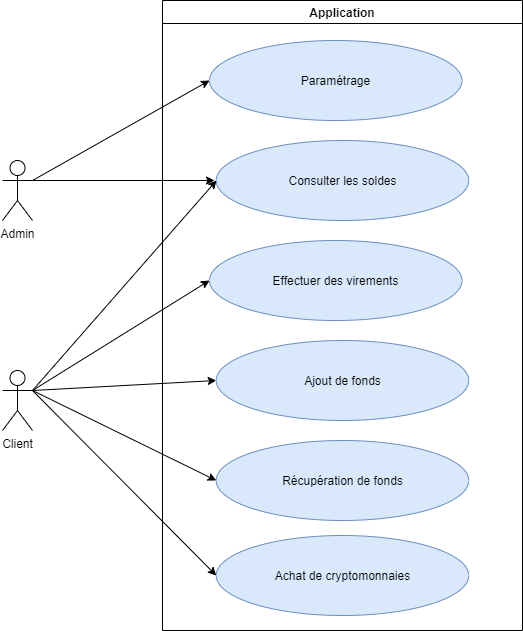
Before: diagrams/Use Case.png, a diagram exported from draw.io (SIO2-group/FulBank). Source tidied: cells renumbered, new cells last; positions are measured from the earlier drawing's top-left corner, leaving out a move shared by most shapes.
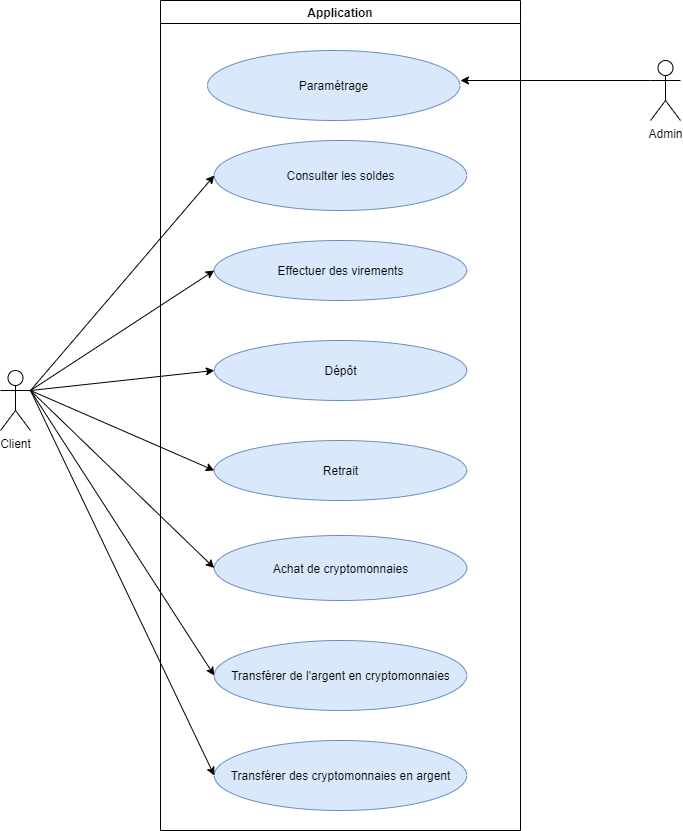
The same diagram one commit later.

Diff of the diagram source:
```diff
@@ -6,30 +6,34 @@
       <mxGeometry y="370" width="30" height="60" as="geometry" />
     </mxCell>
     <mxCell id="3" value="Application" style="swimlane;" parent="1" vertex="1">
-      <mxGeometry x="160" width="360" height="630" as="geometry" />
+      <mxGeometry x="160" width="360" height="830" as="geometry" />
     </mxCell>
     <mxCell id="4" value="Achat de cryptomonnaies" style="ellipse;whiteSpace=wrap;html=1;fillColor=#dae8fc;strokeColor=#6c8ebf;" parent="3" vertex="1">
-      <mxGeometry x="53.8" y="535" width="252.5" height="80" as="geometry" />
+      <mxGeometry x="53.8" y="535" width="252.5" height="65" as="geometry" />
     </mxCell>
-    <mxCell id="5" value="Ajout de fonds" style="ellipse;whiteSpace=wrap;html=1;fillColor=#dae8fc;strokeColor=#6c8ebf;" parent="3" vertex="1">
-      <mxGeometry x="53.8" y="340" width="252.5" height="80" as="geometry" />
+    <mxCell id="5" value="Dépôt" style="ellipse;whiteSpace=wrap;html=1;fillColor=#dae8fc;strokeColor=#6c8ebf;" parent="3" vertex="1">
+      <mxGeometry x="53.8" y="340" width="252.5" height="60" as="geometry" />
     </mxCell>
-    <mxCell id="6" value="Récupération de fonds" style="ellipse;whiteSpace=wrap;html=1;fillColor=#dae8fc;strokeColor=#6c8ebf;" parent="3" vertex="1">
-      <mxGeometry x="53.8" y="440" width="252.5" height="80" as="geometry" />
+    <mxCell id="6" value="Retrait" style="ellipse;whiteSpace=wrap;html=1;fillColor=#dae8fc;strokeColor=#6c8ebf;" parent="3" vertex="1">
+      <mxGeometry x="53.8" y="440" width="252.5" height="60" as="geometry" />
     </mxCell>
     <mxCell id="7" value="Effectuer des virements" style="ellipse;whiteSpace=wrap;html=1;fillColor=#dae8fc;strokeColor=#6c8ebf;" parent="3" vertex="1">
-      <mxGeometry x="47" y="240" width="252.5" height="80" as="geometry" />
+      <mxGeometry x="53.8" y="240" width="252.5" height="60" as="geometry" />
     </mxCell>
     <mxCell id="8" value="Consulter les soldes" style="ellipse;whiteSpace=wrap;html=1;fillColor=#dae8fc;strokeColor=#6c8ebf;" parent="3" vertex="1">
-      <mxGeometry x="53.8" y="140" width="252.5" height="80" as="geometry" />
+      <mxGeometry x="53.8" y="140" width="252.5" height="70" as="geometry" />
     </mxCell>
     <mxCell id="9" value="Paramétrage" style="ellipse;whiteSpace=wrap;html=1;fillColor=#dae8fc;strokeColor=#6c8ebf;" parent="3" vertex="1">
-      <mxGeometry x="47" y="40" width="252.5" height="80" as="geometry" />
+      <mxGeometry x="47" y="50" width="252.5" height="70" as="geometry" />
     </mxCell>
+    <mxCell id="18" value="Transférer de l'argent en cryptomonnaies" style="ellipse;whiteSpace=wrap;html=1;fillColor=#dae8fc;strokeColor=#6c8ebf;" parent="3" vertex="1">
+      <mxGeometry x="53.8" y="640" width="252.5" height="70" as="geometry" />
+    </mxCell>
+    <mxCell id="19" value="Transférer des cryptomonnaies en argent" style="ellipse;whiteSpace=wrap;html=1;fillColor=#dae8fc;strokeColor=#6c8ebf;" parent="3" vertex="1">
+      <mxGeometry x="53.8" y="740" width="252.5" height="70" as="geometry" />
+    </mxCell>
-    <mxCell id="10" style="endArrow=classic;html=1;exitX=1;exitY=0.3333333333333333;exitDx=0;exitDy=0;exitPerimeter=0;" parent="1" edge="1" source="2">
-      <mxGeometry relative="1" as="geometry">
-        <mxPoint x="214" y="180" as="targetPoint" />
-      </mxGeometry>
+    <mxCell id="10" style="endArrow=classic;html=1;exitX=1;exitY=0.3333333333333333;exitDx=0;exitDy=0;exitPerimeter=0;entryX=0;entryY=0.5;entryDx=0;entryDy=0;" parent="1" edge="1" source="2" target="8">
+      <mxGeometry relative="1" as="geometry" />
     </mxCell>
     <mxCell id="11" style="endArrow=classic;html=1;exitX=1;exitY=0.3333333333333333;exitDx=0;exitDy=0;exitPerimeter=0;entryX=0;entryY=0.5;entryDx=0;entryDy=0;" parent="1" edge="1" source="2" target="7">
       <mxGeometry relative="1" as="geometry" />
@@ -46,15 +50,20 @@
       <mxGeometry relative="1" as="geometry" />
     </mxCell>
     <mxCell id="15" value="Admin" style="shape=umlActor;verticalLabelPosition=bottom;verticalAlign=top;html=1;outlineConnect=0;" parent="1" vertex="1">
-      <mxGeometry y="160" width="30" height="60" as="geometry" />
+      <mxGeometry x="650" y="60" width="30" height="60" as="geometry" />
     </mxCell>
-    <mxCell id="16" style="endArrow=classic;html=1;entryX=0;entryY=0.5;entryDx=0;entryDy=0;exitX=1;exitY=0.3333333333333333;exitDx=0;exitDy=0;exitPerimeter=0;" parent="1" edge="1" source="15" target="9">
-      <mxGeometry relative="1" as="geometry" />
+    <mxCell id="16" style="endArrow=classic;html=1;exitX=0;exitY=0.3333333333333333;exitDx=0;exitDy=0;exitPerimeter=0;" parent="1" edge="1" source="15">
+      <mxGeometry relative="1" as="geometry">
+        <mxPoint x="460" y="80" as="targetPoint" />
+      </mxGeometry>
     </mxCell>
-    <mxCell id="17" style="endArrow=classic;html=1;exitX=1;exitY=0.3333333333333333;exitDx=0;exitDy=0;exitPerimeter=0;" parent="1" edge="1" source="15">
-      <mxGeometry relative="1" as="geometry">
-        <mxPoint x="212" y="180" as="targetPoint" />
-      </mxGeometry>
-    </mxCell>
+    <mxCell id="20" style="endArrow=classic;html=1;entryX=0;entryY=0.5;entryDx=0;entryDy=0;" parent="1" edge="1" target="18">
+      <mxGeometry relative="1" as="geometry">
+        <mxPoint x="30" y="390" as="sourcePoint" />
+      </mxGeometry>
+    </mxCell>
+    <mxCell id="21" style="endArrow=classic;html=1;exitX=1;exitY=0.3333333333333333;exitDx=0;exitDy=0;exitPerimeter=0;entryX=0;entryY=0.5;entryDx=0;entryDy=0;" parent="1" edge="1" source="2" target="19">
+      <mxGeometry relative="1" as="geometry" />
+    </mxCell>
   </root>
 </mxGraphModel>
```
